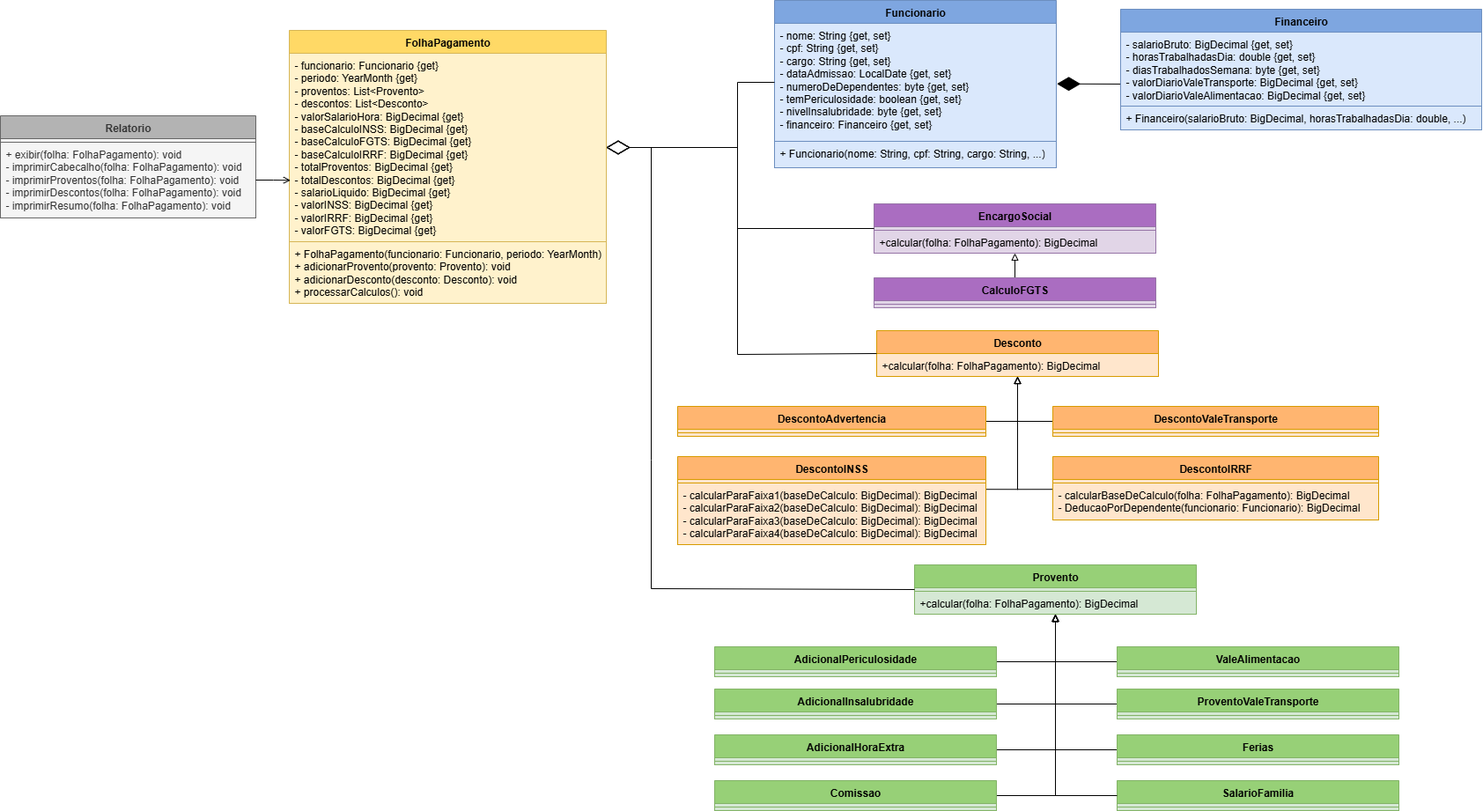
The draw.io diagram docs/images/diagrama-uml.png in pm-puc-minas/calculo-folha-pagamento-lab2-grupo4, before a commit. Source tidied: cells renumbered, new cells last; positions are measured from the earlier drawing's top-left corner, leaving out a move shared by most shapes.
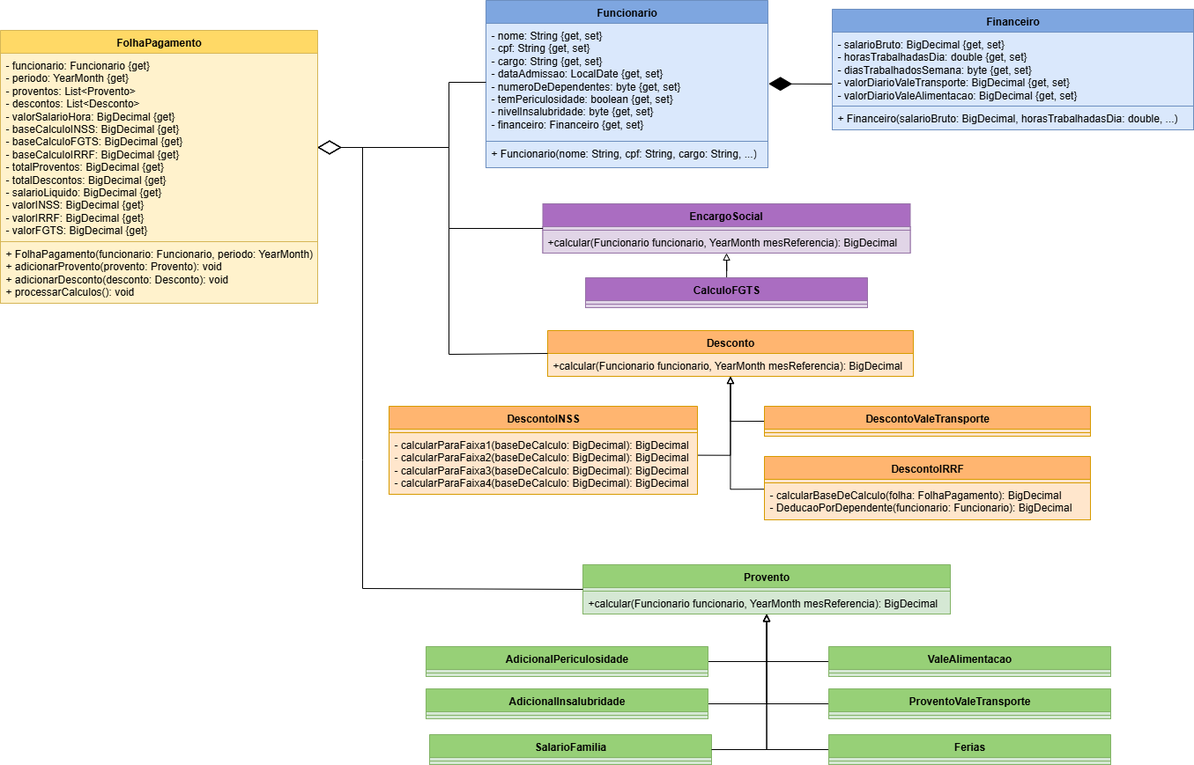
The same file after the commit.

Commit message:
diagrama de classes atualizado

The edit, as a diff of the source:
```diff
@@ -20,15 +20,6 @@
     <mxCell id="7" value="+ FolhaPagamento(funcionario: Funcionario, periodo: YearMonth)&lt;br/&gt;+ adicionarProvento(provento: Provento): void&lt;br/&gt;+ adicionarDesconto(desconto: Desconto): void&lt;br/&gt;+ processarCalculos(): void" style="text;strokeColor=#d6b656;fillColor=#fff2cc;align=left;verticalAlign=top;spacingLeft=4;spacingRight=4;overflow=hidden;whiteSpace=wrap;html=1;shadow=0;" parent="5" vertex="1">
       <mxGeometry y="240" width="360" height="70" as="geometry" />
     </mxCell>
-    <mxCell id="8" value="Relatorio" style="swimlane;fontStyle=1;align=center;verticalAlign=top;horizontal=1;startSize=26;whiteSpace=wrap;html=1;fillColor=#B3B3B3;fontColor=#333333;strokeColor=#666666;" parent="1" vertex="1">
-      <mxGeometry y="131" width="290" height="116" as="geometry" />
-    </mxCell>
-    <mxCell id="9" style="text;strokeColor=#666666;fillColor=#f5f5f5;align=left;verticalAlign=top;spacingLeft=4;spacingRight=4;overflow=hidden;whiteSpace=wrap;html=1;fontColor=#333333;" parent="8" vertex="1">
-      <mxGeometry y="26" width="290" height="4" as="geometry" />
-    </mxCell>
-    <mxCell id="10" value="+ exibir(folha: FolhaPagamento): void&lt;div&gt;&lt;div&gt;- imprimirCabecalho(folha: FolhaPagamento): void&lt;/div&gt;&lt;div&gt;- imprimirProventos(folha: FolhaPagamento): void&lt;/div&gt;&lt;div&gt;- imprimirDescontos(folha: FolhaPagamento): void&lt;/div&gt;&lt;div&gt;- imprimirResumo(folha: FolhaPagamento): void&lt;/div&gt;&lt;/div&gt;" style="text;strokeColor=#666666;fillColor=#f5f5f5;align=left;verticalAlign=top;spacingLeft=4;spacingRight=4;overflow=hidden;points=[[0,0.5],[1,0.5]];portConstraint=eastwest;whiteSpace=wrap;html=1;fontColor=#333333;" parent="8" vertex="1">
-      <mxGeometry y="30" width="290" height="86" as="geometry" />
-    </mxCell>
     <mxCell id="11" style="edgeStyle=orthogonalEdgeStyle;rounded=0;jettySize=auto;html=1;entryX=0.5;entryY=1;entryDx=0;entryDy=0;endArrow=block;endFill=0;exitX=1;exitY=0.5;exitDx=0;exitDy=0;" parent="1" edge="1" source="12" target="34">
       <mxGeometry relative="1" as="geometry">
         <Array as="points">
@@ -73,11 +64,11 @@
     <mxCell id="22" style="text;strokeColor=#82b366;fillColor=#d5e8d4;align=left;verticalAlign=top;spacingLeft=4;spacingRight=4;overflow=hidden;whiteSpace=wrap;html=1;" parent="20" vertex="1">
       <mxGeometry y="30" width="320" height="4" as="geometry" />
     </mxCell>
-    <mxCell id="23" style="edgeStyle=orthogonalEdgeStyle;rounded=0;jettySize=auto;html=1;entryX=0.5;entryY=1;entryDx=0;entryDy=0;endArrow=block;endFill=0;exitX=0.998;exitY=0.103;exitDx=0;exitDy=0;exitPerimeter=0;" parent="1" edge="1" source="26" target="37">
+    <mxCell id="23" style="edgeStyle=orthogonalEdgeStyle;rounded=0;jettySize=auto;html=1;entryX=0.5;entryY=1;entryDx=0;entryDy=0;endArrow=block;endFill=0;exitX=1;exitY=0.366;exitDx=0;exitDy=0;exitPerimeter=0;" parent="1" edge="1" source="26" target="37">
       <mxGeometry relative="1" as="geometry" />
     </mxCell>
     <mxCell id="24" value="DescontoINSS" style="swimlane;fontStyle=1;align=center;verticalAlign=top;horizontal=1;startSize=26;whiteSpace=wrap;html=1;fillColor=#FFB570;strokeColor=#d79b00;" parent="1" vertex="1">
-      <mxGeometry x="769" y="518" width="350" height="100" as="geometry" />
+      <mxGeometry x="769" y="461" width="350" height="100" as="geometry" />
     </mxCell>
     <mxCell id="25" style="text;strokeColor=#d79b00;fillColor=#ffe6cc;align=left;verticalAlign=top;spacingLeft=4;spacingRight=4;overflow=hidden;whiteSpace=wrap;html=1;" parent="24" vertex="1">
       <mxGeometry y="26" width="350" height="4" as="geometry" />
@@ -107,26 +98,23 @@
       <mxGeometry y="160" width="320" height="30" as="geometry" />
     </mxCell>
     <mxCell id="34" value="Provento" style="swimlane;fontStyle=1;align=center;verticalAlign=top;horizontal=1;startSize=26;whiteSpace=wrap;html=1;fillColor=#97D077;strokeColor=#82b366;" parent="1" vertex="1">
-      <mxGeometry x="1038" y="641" width="320" height="56" as="geometry" />
+      <mxGeometry x="989" y="641" width="417" height="56" as="geometry" />
     </mxCell>
     <mxCell id="35" style="text;strokeColor=#82b366;fillColor=#d5e8d4;align=left;verticalAlign=top;spacingLeft=4;spacingRight=4;overflow=hidden;whiteSpace=wrap;html=1;" parent="34" vertex="1">
-      <mxGeometry y="26" width="320" height="4" as="geometry" />
+      <mxGeometry y="26" width="417" height="4" as="geometry" />
     </mxCell>
-    <mxCell id="36" value="+calcular(folha: FolhaPagamento): BigDecimal" style="text;strokeColor=#82b366;fillColor=#d5e8d4;align=left;verticalAlign=top;spacingLeft=4;spacingRight=4;overflow=hidden;points=[[0,0.5],[1,0.5]];portConstraint=eastwest;whiteSpace=wrap;html=1;" parent="34" vertex="1">
-      <mxGeometry y="30" width="320" height="26" as="geometry" />
+    <mxCell id="36" value="+calcular(Funcionario funcionario, YearMonth mesReferencia): BigDecimal" style="text;strokeColor=#82b366;fillColor=#d5e8d4;align=left;verticalAlign=top;spacingLeft=4;spacingRight=4;overflow=hidden;points=[[0,0.5],[1,0.5]];portConstraint=eastwest;whiteSpace=wrap;html=1;" parent="34" vertex="1">
+      <mxGeometry y="30" width="417" height="26" as="geometry" />
     </mxCell>
     <mxCell id="37" value="Desconto" style="swimlane;fontStyle=1;align=center;verticalAlign=top;horizontal=1;startSize=26;whiteSpace=wrap;html=1;fillColor=#FFB570;strokeColor=#d79b00;" parent="1" vertex="1">
-      <mxGeometry x="995" y="375" width="320" height="52" as="geometry" />
+      <mxGeometry x="949" y="375" width="415" height="52" as="geometry" />
     </mxCell>
-    <mxCell id="38" value="+calcular(folha: FolhaPagamento): BigDecimal" style="text;strokeColor=#d79b00;fillColor=#ffe6cc;align=left;verticalAlign=top;spacingLeft=4;spacingRight=4;overflow=hidden;whiteSpace=wrap;html=1;" parent="37" vertex="1">
-      <mxGeometry y="26" width="320" height="26" as="geometry" />
+    <mxCell id="38" value="+calcular(Funcionario funcionario, YearMonth mesReferencia): BigDecimal" style="text;strokeColor=#d79b00;fillColor=#ffe6cc;align=left;verticalAlign=top;spacingLeft=4;spacingRight=4;overflow=hidden;whiteSpace=wrap;html=1;" parent="37" vertex="1">
+      <mxGeometry y="26" width="415" height="26" as="geometry" />
     </mxCell>
     <mxCell id="39" style="endArrow=diamondThin;endFill=1;endSize=24;html=1;rounded=0;exitX=-0.001;exitY=0.702;exitDx=0;exitDy=0;exitPerimeter=0;entryX=1.002;entryY=0.513;entryDx=0;entryDy=0;entryPerimeter=0;" parent="1" edge="1" source="3" target="32">
       <mxGeometry relative="1" as="geometry" />
     </mxCell>
-    <mxCell id="40" style="edgeStyle=orthogonalEdgeStyle;rounded=0;jettySize=auto;html=1;entryX=0.004;entryY=0.674;entryDx=0;entryDy=0;entryPerimeter=0;endArrow=open;endFill=0;" parent="1" edge="1" source="10" target="6">
-      <mxGeometry relative="1" as="geometry" />
-    </mxCell>
     <mxCell id="41" style="endArrow=diamondThin;endFill=0;endSize=24;html=1;rounded=0;entryX=1;entryY=0.5;entryDx=0;entryDy=0;exitX=0;exitY=0.5;exitDx=0;exitDy=0;" parent="1" edge="1" source="34" target="6">
       <mxGeometry relative="1" as="geometry">
         <Array as="points">
@@ -154,13 +142,13 @@
       </mxGeometry>
     </mxCell>
     <mxCell id="44" value="EncargoSocial" style="swimlane;fontStyle=1;align=center;verticalAlign=top;horizontal=1;startSize=26;whiteSpace=wrap;html=1;fillColor=light-dark(#AA6DC1,#8B6A9A);strokeColor=#9673a6;" parent="1" vertex="1">
-      <mxGeometry x="992" y="231" width="320" height="56" as="geometry" />
+      <mxGeometry x="943.5" y="231" width="417" height="56" as="geometry" />
     </mxCell>
     <mxCell id="45" style="text;strokeColor=#9673a6;fillColor=#e1d5e7;align=left;verticalAlign=top;spacingLeft=4;spacingRight=4;overflow=hidden;whiteSpace=wrap;html=1;" parent="44" vertex="1">
-      <mxGeometry y="26" width="320" height="4" as="geometry" />
+      <mxGeometry y="26" width="417" height="4" as="geometry" />
     </mxCell>
-    <mxCell id="46" value="+calcular(folha: FolhaPagamento): BigDecimal" style="text;strokeColor=#9673a6;fillColor=#e1d5e7;align=left;verticalAlign=top;spacingLeft=4;spacingRight=4;overflow=hidden;whiteSpace=wrap;html=1;" parent="44" vertex="1">
-      <mxGeometry y="30" width="320" height="26" as="geometry" />
+    <mxCell id="46" value="+calcular(Funcionario funcionario, YearMonth mesReferencia): BigDecimal" style="text;strokeColor=#9673a6;fillColor=#e1d5e7;align=left;verticalAlign=top;spacingLeft=4;spacingRight=4;overflow=hidden;whiteSpace=wrap;html=1;" parent="44" vertex="1">
+      <mxGeometry y="30" width="417" height="26" as="geometry" />
     </mxCell>
     <mxCell id="47" style="edgeStyle=orthogonalEdgeStyle;rounded=0;jettySize=auto;html=1;entryX=0.5;entryY=1;entryDx=0;entryDy=0;endArrow=block;endFill=0;" parent="1" edge="1" source="48" target="44">
       <mxGeometry relative="1" as="geometry" />
@@ -194,22 +182,6 @@
     <mxCell id="55" style="text;strokeColor=#d79b00;fillColor=#ffe6cc;align=left;verticalAlign=top;spacingLeft=4;spacingRight=4;overflow=hidden;whiteSpace=wrap;html=1;" parent="53" vertex="1">
       <mxGeometry y="30" width="370" height="4" as="geometry" />
     </mxCell>
-    <mxCell id="56" style="edgeStyle=orthogonalEdgeStyle;rounded=0;jettySize=auto;html=1;entryX=0.5;entryY=1;entryDx=0;entryDy=0;exitX=1;exitY=0.5;exitDx=0;exitDy=0;endArrow=block;endFill=0;" parent="1" edge="1" source="57" target="37">
-      <mxGeometry relative="1" as="geometry">
-        <Array as="points">
-          <mxPoint x="1155" y="478" />
-        </Array>
-      </mxGeometry>
-    </mxCell>
-    <mxCell id="57" value="&lt;span class=&quot;selected&quot;&gt;DescontoAdvertencia&lt;/span&gt;" style="swimlane;fontStyle=1;align=center;verticalAlign=top;horizontal=1;startSize=26;whiteSpace=wrap;html=1;fillColor=#FFB570;strokeColor=#d79b00;" parent="1" vertex="1">
-      <mxGeometry x="769" y="461" width="350" height="34" as="geometry" />
-    </mxCell>
-    <mxCell id="58" style="text;strokeColor=#d79b00;fillColor=#ffe6cc;align=left;verticalAlign=top;spacingLeft=4;spacingRight=4;overflow=hidden;whiteSpace=wrap;html=1;" parent="57" vertex="1">
-      <mxGeometry y="26" width="350" height="4" as="geometry" />
-    </mxCell>
-    <mxCell id="59" style="text;strokeColor=#d79b00;fillColor=#ffe6cc;align=left;verticalAlign=top;spacingLeft=4;spacingRight=4;overflow=hidden;whiteSpace=wrap;html=1;" parent="57" vertex="1">
-      <mxGeometry y="30" width="350" height="4" as="geometry" />
-    </mxCell>
     <mxCell id="60" style="edgeStyle=orthogonalEdgeStyle;rounded=0;jettySize=auto;html=1;entryX=0.5;entryY=1;entryDx=0;entryDy=0;exitX=0;exitY=0.5;exitDx=0;exitDy=0;endArrow=block;endFill=0;" parent="1" edge="1" source="61" target="34">
       <mxGeometry relative="1" as="geometry" />
     </mxCell>
@@ -234,32 +206,8 @@
     <mxCell id="67" style="text;strokeColor=#82b366;fillColor=#d5e8d4;align=left;verticalAlign=top;spacingLeft=4;spacingRight=4;overflow=hidden;whiteSpace=wrap;html=1;" parent="65" vertex="1">
       <mxGeometry y="30" width="320" height="4" as="geometry" />
     </mxCell>
-    <mxCell id="68" style="edgeStyle=orthogonalEdgeStyle;rounded=0;jettySize=auto;html=1;entryX=0.5;entryY=1;entryDx=0;entryDy=0;endArrow=block;endFill=0;exitX=1;exitY=0.5;exitDx=0;exitDy=0;" parent="1" edge="1" source="69" target="34">
-      <mxGeometry relative="1" as="geometry" />
-    </mxCell>
-    <mxCell id="69" value="Comissao" style="swimlane;fontStyle=1;align=center;verticalAlign=top;horizontal=1;startSize=26;whiteSpace=wrap;html=1;fillColor=#97D077;strokeColor=#82b366;" parent="1" vertex="1">
-      <mxGeometry x="811" y="886" width="320" height="34" as="geometry" />
-    </mxCell>
-    <mxCell id="70" style="text;strokeColor=#82b366;fillColor=#d5e8d4;align=left;verticalAlign=top;spacingLeft=4;spacingRight=4;overflow=hidden;whiteSpace=wrap;html=1;" parent="69" vertex="1">
-      <mxGeometry y="26" width="320" height="4" as="geometry" />
-    </mxCell>
-    <mxCell id="71" style="text;strokeColor=#82b366;fillColor=#d5e8d4;align=left;verticalAlign=top;spacingLeft=4;spacingRight=4;overflow=hidden;whiteSpace=wrap;html=1;" parent="69" vertex="1">
-      <mxGeometry y="30" width="320" height="4" as="geometry" />
-    </mxCell>
-    <mxCell id="72" style="edgeStyle=orthogonalEdgeStyle;rounded=0;jettySize=auto;html=1;entryX=0.5;entryY=1;entryDx=0;entryDy=0;exitX=1;exitY=0.5;exitDx=0;exitDy=0;endArrow=block;endFill=0;" parent="1" edge="1" source="73" target="34">
-      <mxGeometry relative="1" as="geometry" />
-    </mxCell>
-    <mxCell id="73" value="&lt;span class=&quot;selected&quot;&gt;AdicionalHoraExtra&lt;/span&gt;" style="swimlane;fontStyle=1;align=center;verticalAlign=top;horizontal=1;startSize=26;whiteSpace=wrap;html=1;fillColor=#97D077;strokeColor=#82b366;" parent="1" vertex="1">
-      <mxGeometry x="811" y="834" width="320" height="34" as="geometry" />
-    </mxCell>
-    <mxCell id="74" style="text;strokeColor=#82b366;fillColor=#d5e8d4;align=left;verticalAlign=top;spacingLeft=4;spacingRight=4;overflow=hidden;whiteSpace=wrap;html=1;" parent="73" vertex="1">
-      <mxGeometry y="26" width="320" height="4" as="geometry" />
-    </mxCell>
-    <mxCell id="75" style="text;strokeColor=#82b366;fillColor=#d5e8d4;align=left;verticalAlign=top;spacingLeft=4;spacingRight=4;overflow=hidden;whiteSpace=wrap;html=1;" parent="73" vertex="1">
-      <mxGeometry y="30" width="320" height="4" as="geometry" />
-    </mxCell>
     <mxCell id="76" value="SalarioFamilia" style="swimlane;fontStyle=1;align=center;verticalAlign=top;horizontal=1;startSize=26;whiteSpace=wrap;html=1;fillColor=#97D077;strokeColor=#82b366;" parent="1" vertex="1">
-      <mxGeometry x="1268" y="886" width="320" height="34" as="geometry" />
+      <mxGeometry x="815" y="834" width="320" height="34" as="geometry" />
     </mxCell>
     <mxCell id="77" style="text;strokeColor=#82b366;fillColor=#d5e8d4;align=left;verticalAlign=top;spacingLeft=4;spacingRight=4;overflow=hidden;whiteSpace=wrap;html=1;" parent="76" vertex="1">
       <mxGeometry y="26" width="320" height="4" as="geometry" />
@@ -267,7 +215,7 @@
     <mxCell id="78" style="text;strokeColor=#82b366;fillColor=#d5e8d4;align=left;verticalAlign=top;spacingLeft=4;spacingRight=4;overflow=hidden;whiteSpace=wrap;html=1;" parent="76" vertex="1">
       <mxGeometry y="30" width="320" height="4" as="geometry" />
     </mxCell>
-    <mxCell id="79" style="edgeStyle=orthogonalEdgeStyle;rounded=0;jettySize=auto;html=1;entryX=0.5;entryY=1.014;entryDx=0;entryDy=0;entryPerimeter=0;exitX=0;exitY=0.5;exitDx=0;exitDy=0;endArrow=block;endFill=0;" parent="1" edge="1" source="76" target="36">
+    <mxCell id="79" style="edgeStyle=orthogonalEdgeStyle;rounded=0;jettySize=auto;html=1;entryX=0.5;entryY=1.014;entryDx=0;entryDy=0;entryPerimeter=0;exitX=1;exitY=0.5;exitDx=0;exitDy=0;endArrow=block;endFill=0;" parent="1" edge="1" source="76" target="36">
       <mxGeometry relative="1" as="geometry" />
     </mxCell>
   </root>
```
